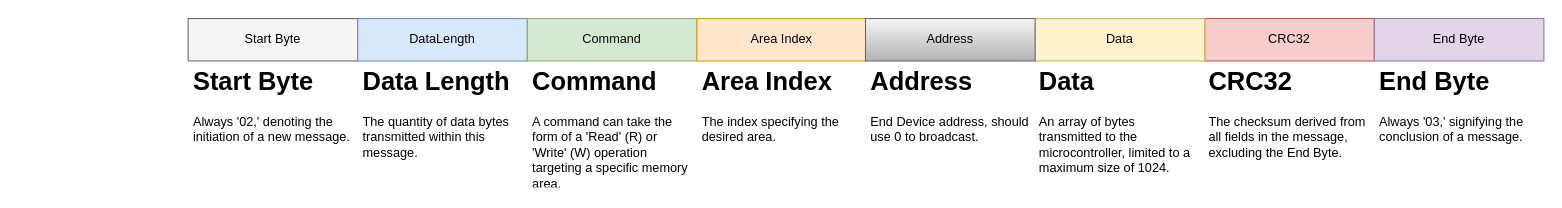
The draw.io diagram lib/TitaniumOS/Protocols/Titanium/doc/Protocol.drawio in LucasDFranchi/Titaniumv2, before the edit. Source tidied: cells renumbered, new cells numbered last; positions are measured from the earlier drawing's top-left corner, leaving out a move shared by most shapes. Both pictures are drawn from the tidied source at 106%, with x=0, y=0 at pixel (188, 18).
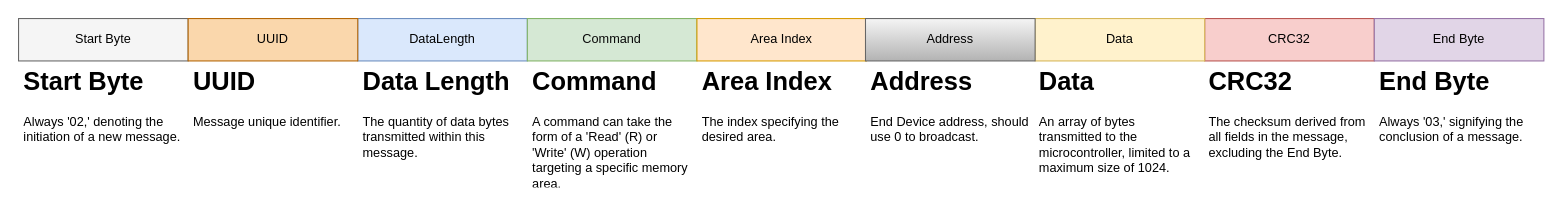
After the change.

What changed in the source:
```diff
@@
 <mxGraphModel>
   <root>
     <mxCell id="0" />
     <mxCell id="1" parent="0" />
     <mxCell id="2" value="Start Byte" style="rounded=0;whiteSpace=wrap;html=1;fillColor=#f5f5f5;strokeColor=#666666;fontColor=#000000;" parent="1" vertex="1">
-      <mxGeometry width="160" height="40" as="geometry" />
+      <mxGeometry x="-160" width="160" height="40" as="geometry" />
     </mxCell>
     <mxCell id="3" value="DataLength" style="rounded=0;whiteSpace=wrap;html=1;fillColor=#dae8fc;strokeColor=#6c8ebf;fontColor=#000000;" parent="1" vertex="1">
       <mxGeometry x="160" width="160" height="40" as="geometry" />
     </mxCell>
     <mxCell id="4" value="Command" style="rounded=0;whiteSpace=wrap;html=1;fillColor=#d5e8d4;strokeColor=#82b366;fontColor=#0a0a0a;" parent="1" vertex="1">
       <mxGeometry x="320" width="160" height="40" as="geometry" />
     </mxCell>
     <mxCell id="5" value="Area Index" style="rounded=0;whiteSpace=wrap;html=1;fillColor=#ffe6cc;strokeColor=#d79b00;fontColor=#000000;" parent="1" vertex="1">
       <mxGeometry x="480" width="160" height="40" as="geometry" />
     </mxCell>
     <mxCell id="6" value="CRC32" style="rounded=0;whiteSpace=wrap;html=1;fillColor=#f8cecc;strokeColor=#b85450;fontColor=#000000;" parent="1" vertex="1">
       <mxGeometry x="959" width="160" height="40" as="geometry" />
     </mxCell>
     <mxCell id="7" value="&lt;h1&gt;Start Byte&lt;br&gt;&lt;/h1&gt;&lt;p&gt;Always '02,' denoting the initiation of a new message.&lt;/p&gt;" style="text;html=1;strokeColor=none;fillColor=none;spacing=5;spacingTop=-20;whiteSpace=wrap;overflow=hidden;rounded=0;" parent="1" vertex="1">
-      <mxGeometry y="40" width="160" height="120" as="geometry" />
+      <mxGeometry x="-160" y="40" width="160" height="120" as="geometry" />
     </mxCell>
     <mxCell id="8" value="End Byte" style="rounded=0;whiteSpace=wrap;html=1;fillColor=#e1d5e7;strokeColor=#9673a6;fontColor=#000000;" parent="1" vertex="1">
       <mxGeometry x="1119" width="160" height="40" as="geometry" />
     </mxCell>
     <mxCell id="9" value="&lt;h1&gt;Data Length&lt;br&gt;&lt;/h1&gt;&lt;p&gt;The quantity of data bytes transmitted within this message.&lt;/p&gt;" style="text;html=1;strokeColor=none;fillColor=none;spacing=5;spacingTop=-20;whiteSpace=wrap;overflow=hidden;rounded=0;" parent="1" vertex="1">
       <mxGeometry x="160" y="40" width="160" height="120" as="geometry" />
     </mxCell>
     <mxCell id="10" value="&lt;h1&gt;Command&lt;/h1&gt;&lt;div&gt;A command can take the form of a 'Read' (R) or 'Write' (W) operation targeting a specific memory area.&lt;/div&gt;" style="text;html=1;strokeColor=none;fillColor=none;spacing=5;spacingTop=-20;whiteSpace=wrap;overflow=hidden;rounded=0;" parent="1" vertex="1">
       <mxGeometry x="320" y="40" width="160" height="120" as="geometry" />
     </mxCell>
     <mxCell id="11" value="&lt;h1&gt;Area Index&lt;br&gt;&lt;/h1&gt;&lt;div&gt;The index specifying the desired area.&lt;br&gt;&lt;/div&gt;" style="text;html=1;strokeColor=none;fillColor=none;spacing=5;spacingTop=-20;whiteSpace=wrap;overflow=hidden;rounded=0;" parent="1" vertex="1">
       <mxGeometry x="480" y="40" width="160" height="120" as="geometry" />
     </mxCell>
     <mxCell id="12" value="Data" style="rounded=0;whiteSpace=wrap;html=1;glass=0;shadow=0;fillColor=#fff2cc;strokeColor=#d6b656;fontColor=#000000;" parent="1" vertex="1">
       <mxGeometry x="799" width="160" height="40" as="geometry" />
     </mxCell>
     <mxCell id="13" value="&lt;h1&gt;Data&lt;br&gt;&lt;/h1&gt;&lt;div&gt;An array of bytes transmitted to the microcontroller, limited to a maximum size of 1024.&lt;/div&gt;" style="text;html=1;strokeColor=none;fillColor=none;spacing=5;spacingTop=-20;whiteSpace=wrap;overflow=hidden;rounded=0;" parent="1" vertex="1">
       <mxGeometry x="798" y="40" width="160" height="120" as="geometry" />
     </mxCell>
     <mxCell id="14" value="&lt;h1&gt;CRC32&lt;br&gt;&lt;/h1&gt;The checksum derived from all fields in the message, excluding the End Byte." style="text;html=1;strokeColor=none;fillColor=none;spacing=5;spacingTop=-20;whiteSpace=wrap;overflow=hidden;rounded=0;" parent="1" vertex="1">
       <mxGeometry x="958" y="40" width="160" height="120" as="geometry" />
     </mxCell>
     <mxCell id="15" value="&lt;h1&gt;End Byte&lt;br&gt;&lt;/h1&gt;&lt;div&gt;Always '03,' signifying the conclusion of a message.&lt;/div&gt;" style="text;html=1;strokeColor=none;fillColor=none;spacing=5;spacingTop=-20;whiteSpace=wrap;overflow=hidden;rounded=0;" parent="1" vertex="1">
       <mxGeometry x="1119" y="40" width="160" height="120" as="geometry" />
     </mxCell>
     <mxCell id="16" value="Address" style="rounded=0;whiteSpace=wrap;html=1;fillColor=#f5f5f5;gradientColor=#b3b3b3;strokeColor=#666666;fontColor=#000000;" parent="1" vertex="1">
       <mxGeometry x="639" width="160" height="40" as="geometry" />
     </mxCell>
     <mxCell id="17" value="&lt;h1&gt;Address&lt;br&gt;&lt;/h1&gt;&lt;div&gt;End Device address, should use 0 to broadcast.&lt;br&gt;&lt;/div&gt;" style="text;html=1;strokeColor=none;fillColor=none;spacing=5;spacingTop=-20;whiteSpace=wrap;overflow=hidden;rounded=0;" parent="1" vertex="1">
       <mxGeometry x="639" y="40" width="160" height="120" as="geometry" />
     </mxCell>
+    <mxCell id="18" value="UUID" style="rounded=0;whiteSpace=wrap;html=1;fillColor=#fad7ac;strokeColor=#b46504;fontColor=#000000;" parent="1" vertex="1">
+      <mxGeometry width="160" height="40" as="geometry" />
+    </mxCell>
+    <mxCell id="19" value="&lt;h1&gt;UUID&lt;/h1&gt;&lt;p&gt;Message unique identifier.&lt;/p&gt;" style="text;html=1;strokeColor=none;fillColor=none;spacing=5;spacingTop=-20;whiteSpace=wrap;overflow=hidden;rounded=0;" parent="1" vertex="1">
+      <mxGeometry y="40" width="160" height="120" as="geometry" />
+    </mxCell>
   </root>
 </mxGraphModel>
```
